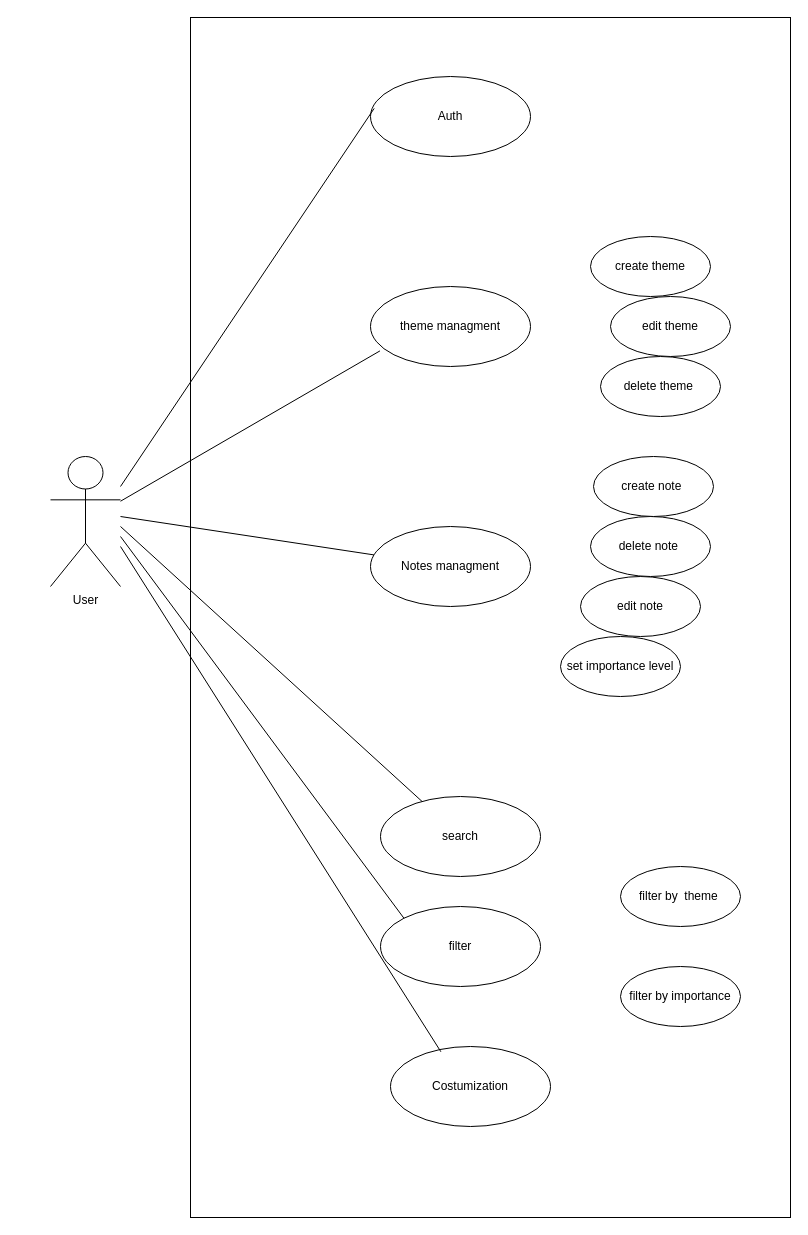
Above: use Case.drawio in AyoubKhaoua/Digital-Garden (draw.io), before the change. Source tidied: cells renumbered, new cells numbered last; positions are measured from the earlier drawing's top-left corner, leaving out a move shared by most shapes. Both pictures are drawn from the tidied source at 100%, with x=0, y=0 at pixel (50, 17).
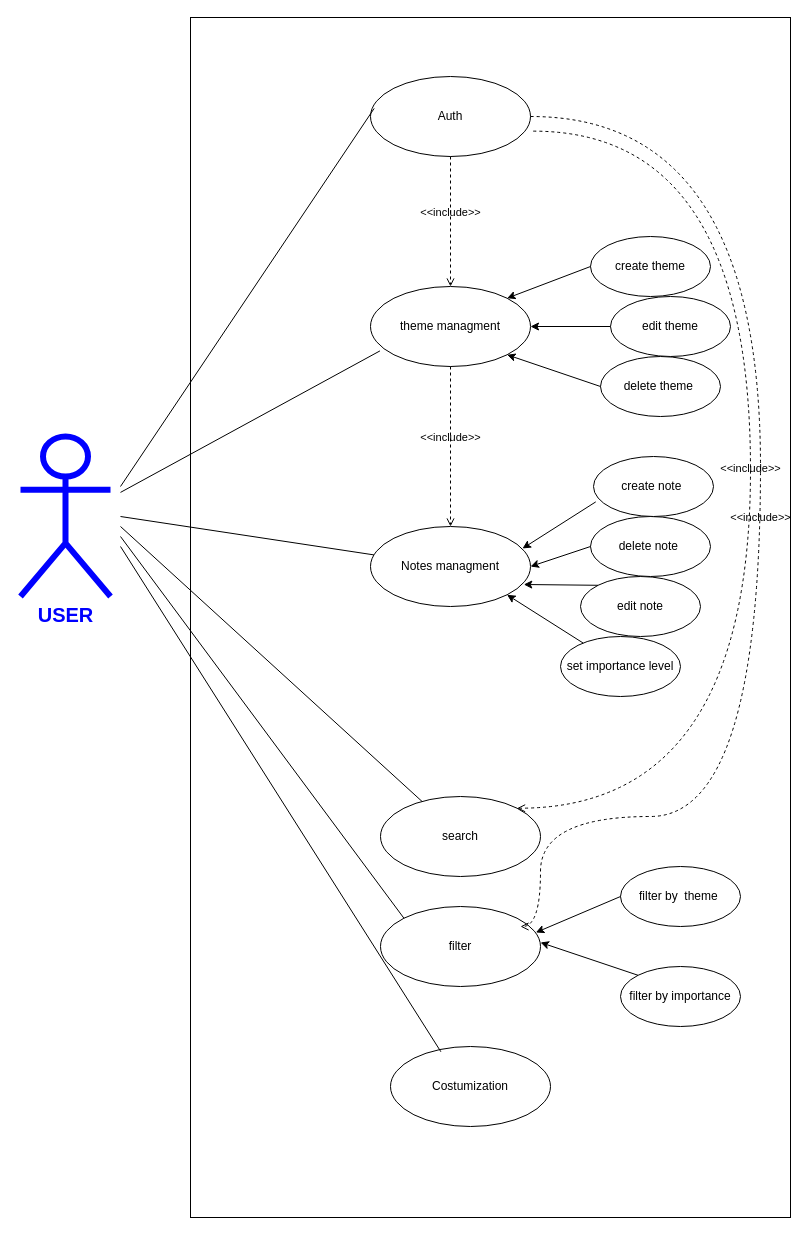
Above is the later version.

Commit message:
Mettre à jour use Case.drawio

The change refers to these unchanged cells:
```xml
<mxCell id="4" value="theme managment" style="ellipse;whiteSpace=wrap;html=1;" parent="1" vertex="1">
  <mxGeometry x="320" y="269" width="160" height="80" as="geometry" />
</mxCell>
<mxCell id="5" value="create theme" style="ellipse;whiteSpace=wrap;html=1;" parent="1" vertex="1">
  <mxGeometry x="540" y="219" width="120" height="60" as="geometry" />
</mxCell>
<mxCell id="6" value="Auth" style="ellipse;whiteSpace=wrap;html=1;" parent="1" vertex="1">
  <mxGeometry x="320" y="59" width="160" height="80" as="geometry" />
</mxCell>
<mxCell id="7" value="edit theme" style="ellipse;whiteSpace=wrap;html=1;" parent="1" vertex="1">
  <mxGeometry x="560" y="279" width="120" height="60" as="geometry" />
</mxCell>
<mxCell id="8" value="delete theme&amp;nbsp;" style="ellipse;whiteSpace=wrap;html=1;" parent="1" vertex="1">
  <mxGeometry x="550" y="339" width="120" height="60" as="geometry" />
</mxCell>
<mxCell id="9" value="Notes managment" style="ellipse;whiteSpace=wrap;html=1;" parent="1" vertex="1">
  <mxGeometry x="320" y="509" width="160" height="80" as="geometry" />
</mxCell>
<mxCell id="10" value="search" style="ellipse;whiteSpace=wrap;html=1;" parent="1" vertex="1">
  <mxGeometry x="330" y="779" width="160" height="80" as="geometry" />
</mxCell>
<mxCell id="11" value="filter" style="ellipse;whiteSpace=wrap;html=1;" parent="1" vertex="1">
  <mxGeometry x="330" y="889" width="160" height="80" as="geometry" />
</mxCell>
<mxCell id="12" value="set importance level" style="ellipse;whiteSpace=wrap;html=1;" parent="1" vertex="1">
  <mxGeometry x="510" y="619" width="120" height="60" as="geometry" />
</mxCell>
<mxCell id="13" value="edit note" style="ellipse;whiteSpace=wrap;html=1;" parent="1" vertex="1">
  <mxGeometry x="530" y="559" width="120" height="60" as="geometry" />
</mxCell>
<mxCell id="14" value="delete note&amp;nbsp;" style="ellipse;whiteSpace=wrap;html=1;" parent="1" vertex="1">
  <mxGeometry x="540" y="499" width="120" height="60" as="geometry" />
</mxCell>
<mxCell id="15" value="create note&amp;nbsp;" style="ellipse;whiteSpace=wrap;html=1;" parent="1" vertex="1">
  <mxGeometry x="543" y="439" width="120" height="60" as="geometry" />
</mxCell>
<mxCell id="16" value="filter by&amp;nbsp; theme&amp;nbsp;" style="ellipse;whiteSpace=wrap;html=1;" parent="1" vertex="1">
  <mxGeometry x="570" y="849" width="120" height="60" as="geometry" />
</mxCell>
<mxCell id="17" value="filter by importance" style="ellipse;whiteSpace=wrap;html=1;" parent="1" vertex="1">
  <mxGeometry x="570" y="949" width="120" height="60" as="geometry" />
</mxCell>
```

Diff of the diagram source:
```diff
@@
-    <mxCell id="2" value="User" style="shape=umlActor;verticalLabelPosition=bottom;verticalAlign=top;html=1;" parent="1" vertex="1">
-      <mxGeometry y="439" width="70" height="130" as="geometry" />
-    </mxCell>
@@
-    <mxCell id="19" style="endArrow=none;html=1;rounded=0;entryX=0.059;entryY=0.805;entryDx=0;entryDy=0;entryPerimeter=0;" parent="1" edge="1" source="2" target="4">
-      <mxGeometry relative="1" as="geometry" />
+    <mxCell id="19" style="endArrow=none;html=1;rounded=0;entryX=0.059;entryY=0.805;entryDx=0;entryDy=0;entryPerimeter=0;" parent="1" edge="1" target="4">
+      <mxGeometry relative="1" as="geometry">
+        <mxPoint x="70" y="474.9" as="sourcePoint" />
+      </mxGeometry>
     </mxCell>
@@
+    <mxCell id="25" value="&amp;lt;&amp;lt;include&amp;gt;&amp;gt;" style="html=1;verticalAlign=bottom;labelBackgroundColor=none;endArrow=open;endFill=0;dashed=1;rounded=0;exitX=0.5;exitY=1;exitDx=0;exitDy=0;" parent="1" edge="1" source="6" target="4">
+      <mxGeometry relative="1" as="geometry" />
+    </mxCell>
+    <mxCell id="26" value="&amp;lt;&amp;lt;include&amp;gt;&amp;gt;" style="html=1;verticalAlign=bottom;labelBackgroundColor=none;endArrow=open;endFill=0;dashed=1;rounded=0;exitX=0.5;exitY=1;exitDx=0;exitDy=0;" parent="1" edge="1" source="4" target="9">
+      <mxGeometry relative="1" as="geometry" />
+    </mxCell>
+    <mxCell id="27" value="&amp;lt;&amp;lt;include&amp;gt;&amp;gt;" style="html=1;verticalAlign=bottom;labelBackgroundColor=none;endArrow=open;endFill=0;dashed=1;rounded=0;exitX=1.017;exitY=0.683;exitDx=0;exitDy=0;exitPerimeter=0;entryX=1;entryY=0;entryDx=0;entryDy=0;edgeStyle=orthogonalEdgeStyle;curved=1;" parent="1" edge="1" source="6" target="10">
+      <mxGeometry relative="1" as="geometry">
+        <Array as="points">
+          <mxPoint x="700" y="114" />
+          <mxPoint x="700" y="791" />
+        </Array>
+      </mxGeometry>
+    </mxCell>
+    <mxCell id="28" value="&amp;lt;&amp;lt;include&amp;gt;&amp;gt;" style="html=1;verticalAlign=bottom;labelBackgroundColor=none;endArrow=open;endFill=0;dashed=1;rounded=0;exitX=1;exitY=0.5;exitDx=0;exitDy=0;edgeStyle=orthogonalEdgeStyle;curved=1;" parent="1" edge="1" source="6">
+      <mxGeometry relative="1" as="geometry">
+        <mxPoint x="470" y="909" as="targetPoint" />
+        <Array as="points">
+          <mxPoint x="710" y="99" />
+          <mxPoint x="710" y="799" />
+          <mxPoint x="490" y="799" />
+        </Array>
+      </mxGeometry>
+    </mxCell>
+    <mxCell id="29" style="endArrow=classic;html=1;rounded=0;entryX=1;entryY=1;entryDx=0;entryDy=0;" parent="1" edge="1" source="12" target="9">
+      <mxGeometry relative="1" as="geometry" />
+    </mxCell>
+    <mxCell id="30" style="endArrow=classic;html=1;rounded=0;entryX=0.95;entryY=0.275;entryDx=0;entryDy=0;entryPerimeter=0;exitX=0.019;exitY=0.756;exitDx=0;exitDy=0;exitPerimeter=0;" parent="1" edge="1" source="15" target="9">
+      <mxGeometry relative="1" as="geometry" />
+    </mxCell>
+    <mxCell id="31" style="endArrow=classic;html=1;rounded=0;entryX=1;entryY=0.5;entryDx=0;entryDy=0;exitX=0;exitY=0.5;exitDx=0;exitDy=0;" parent="1" edge="1" source="14" target="9">
+      <mxGeometry relative="1" as="geometry" />
+    </mxCell>
+    <mxCell id="32" style="endArrow=classic;html=1;rounded=0;exitX=0;exitY=0;exitDx=0;exitDy=0;entryX=0.958;entryY=0.725;entryDx=0;entryDy=0;entryPerimeter=0;" parent="1" edge="1" source="13" target="9">
+      <mxGeometry relative="1" as="geometry" />
+    </mxCell>
+    <mxCell id="33" style="endArrow=classic;html=1;rounded=0;exitX=0;exitY=0.5;exitDx=0;exitDy=0;entryX=0.971;entryY=0.325;entryDx=0;entryDy=0;entryPerimeter=0;" parent="1" edge="1" source="16" target="11">
+      <mxGeometry relative="1" as="geometry" />
+    </mxCell>
+    <mxCell id="34" style="endArrow=classic;html=1;rounded=0;entryX=0.938;entryY=0.325;entryDx=0;entryDy=0;entryPerimeter=0;exitX=0;exitY=0;exitDx=0;exitDy=0;" parent="1" edge="1" source="17">
+      <mxGeometry relative="1" as="geometry">
+        <mxPoint x="490" y="925" as="targetPoint" />
+      </mxGeometry>
+    </mxCell>
+    <mxCell id="35" style="endArrow=classic;html=1;rounded=0;entryX=1;entryY=0;entryDx=0;entryDy=0;exitX=0;exitY=0.5;exitDx=0;exitDy=0;" parent="1" edge="1" source="5" target="4">
+      <mxGeometry relative="1" as="geometry" />
+    </mxCell>
+    <mxCell id="36" style="endArrow=classic;html=1;rounded=0;entryX=1;entryY=0.5;entryDx=0;entryDy=0;exitX=0;exitY=0.5;exitDx=0;exitDy=0;" parent="1" edge="1" source="7" target="4">
+      <mxGeometry relative="1" as="geometry" />
+    </mxCell>
+    <mxCell id="37" style="endArrow=classic;html=1;rounded=0;entryX=1;entryY=1;entryDx=0;entryDy=0;exitX=0;exitY=0.5;exitDx=0;exitDy=0;" parent="1" edge="1" source="8" target="4">
+      <mxGeometry relative="1" as="geometry" />
+    </mxCell>
+    <mxCell id="38" value="&lt;b&gt;&lt;font style=&quot;font-size: 20px; color: rgb(0, 0, 255);&quot;&gt;USER&lt;/font&gt;&lt;/b&gt;" style="shape=umlActor;verticalLabelPosition=bottom;verticalAlign=top;html=1;strokeWidth=6;strokeColor=#0000FF;" parent="1" vertex="1">
+      <mxGeometry x="-30" y="419" width="90" height="160" as="geometry" />
+    </mxCell>
```
